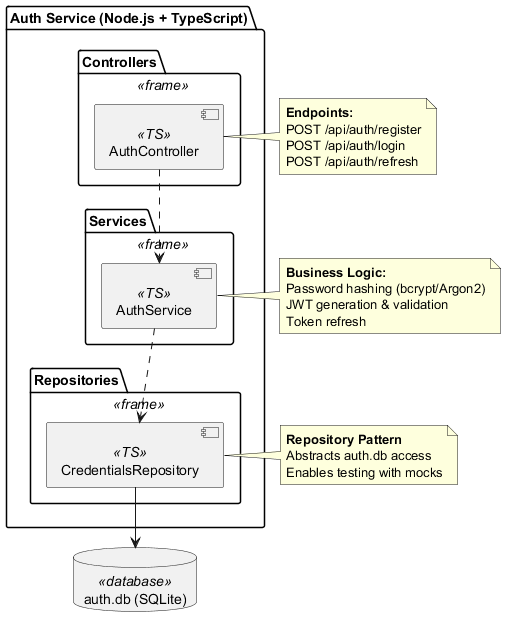
Above: images/level2-auth.png in Arquisoft/yovi_es1c (PlantUML), before the change.
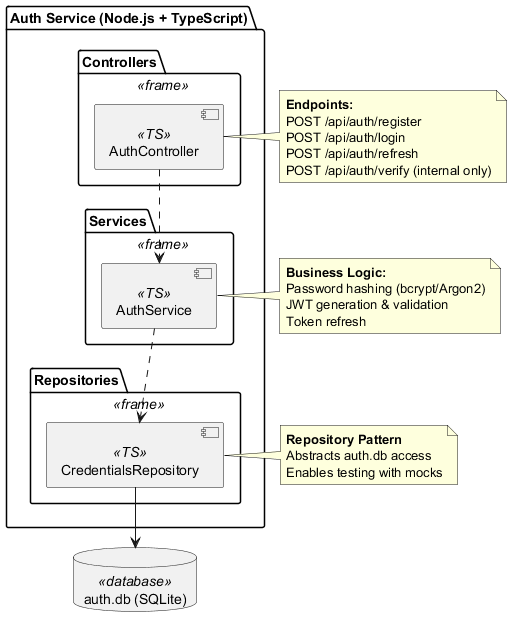
Later version of the same file.

Change to the diagram source:
```diff
@@ -25,6 +25,7 @@
   POST /api/auth/register
   POST /api/auth/login
   POST /api/auth/refresh
+  POST /api/auth/verify (internal only)
 end note
 
 note right of [AuthService]
```
